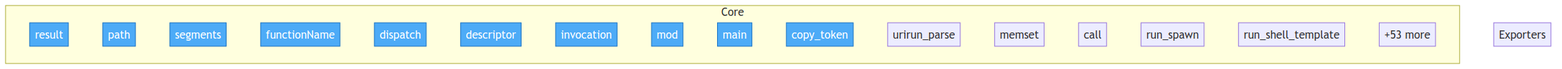
if-uri/urirun keeps this Mermaid diagram as project/flow.png. Above is the earlier version. Its source is kept beside it as project/flow.mmd. Source of this version:
```mermaid
flowchart TD

    classDef entry fill:#4dabf7,stroke:#1971c2,color:#fff

    subgraph Core
        adapters__js__index__test__result["result"]
        adapters__js__path["path"]
        adapters__js__segments["segments"]
        adapters__js__functionName["functionName"]
        adapters__js__dispatch["dispatch"]
        adapters__js__descriptor["descriptor"]
        adapters__js__invocation["invocation"]
        adapters__js__mod["mod"]
        adapters__c__urirun_test__main["main"]
        adapters__c__urirun__copy_token["copy_token"]
        adapters__c__urirun__urirun_parse["urirun_parse"]
        adapters__c__urirun__memset["memset"]
        adapters__python__urirun__v2_service__call["call"]
        adapters__python__urirun__v1__run_spawn["run_spawn"]
        adapters__python__urirun__v1__run_shell_template["run_shell_template"]
        ...["+53 more"]
    end

    subgraph Exporters
    end

    class adapters__js__index__test__result,adapters__js__path,adapters__js__segments,adapters__js__functionName,adapters__js__dispatch,adapters__js__descriptor,adapters__js__invocation,adapters__js__mod,adapters__c__urirun_test__main,adapters__c__urirun__copy_token entry
```
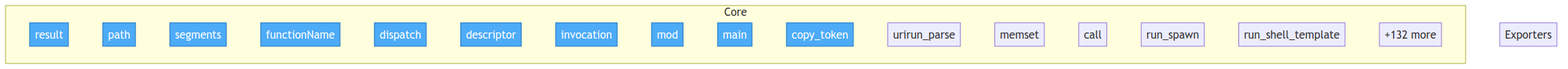
After the commit.

Change to the diagram source:
```diff
@@ -18,7 +18,7 @@
         adapters__python__urirun__v2_service__call["call"]
         adapters__python__urirun__v1__run_spawn["run_spawn"]
         adapters__python__urirun__v1__run_shell_template["run_shell_template"]
-        ...["+53 more"]
+        ...["+132 more"]
     end
 
     subgraph Exporters
```
